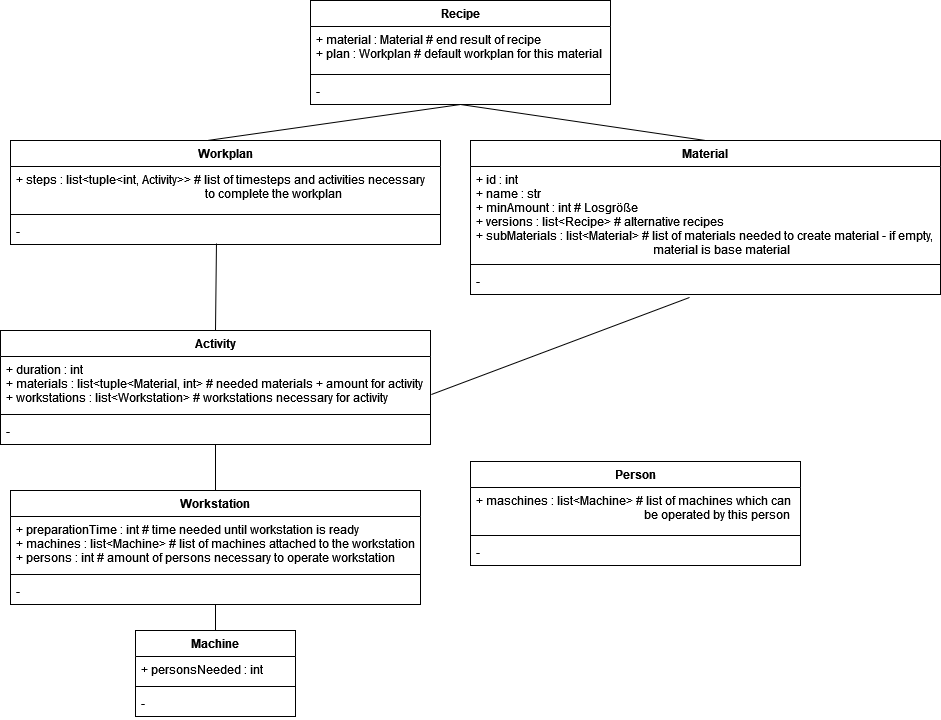
Before: UML.png, a diagram exported from draw.io (dhutter-fhv/proTask-modelling). Source tidied: cells renumbered, new cells last; positions are measured from the earlier drawing's top-left corner, leaving out a move shared by most shapes.
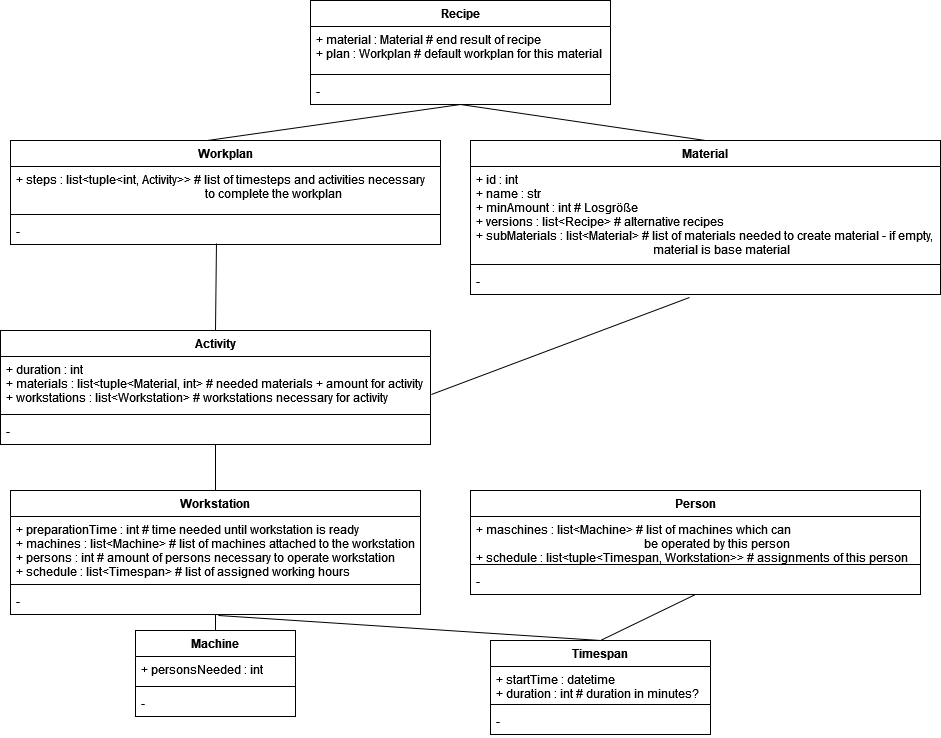
Above is the later version.

Commit message:
added timespan class and schedules

Change to the diagram source:
```diff
@@ -15,16 +15,16 @@
       <mxGeometry y="78" width="300" height="26" as="geometry" />
     </mxCell>
     <mxCell id="6" value="Workstation" style="swimlane;fontStyle=1;align=center;verticalAlign=top;horizontal=1;startSize=26;" parent="1" vertex="1">
-      <mxGeometry x="10" y="490" width="410" height="114" as="geometry" />
+      <mxGeometry x="10" y="490" width="410" height="124" as="geometry" />
     </mxCell>
-    <mxCell id="7" value="+ preparationTime : int # time needed until workstation is ready&#10;+ machines : list&lt;Machine&gt; # list of machines attached to the workstation&#10;+ persons : int # amount of persons necessary to operate workstation&#10;" style="text;strokeColor=none;fillColor=none;align=left;verticalAlign=top;spacingLeft=4;spacingRight=4;overflow=hidden;" parent="6" vertex="1">
-      <mxGeometry y="26" width="410" height="54" as="geometry" />
+    <mxCell id="7" value="+ preparationTime : int # time needed until workstation is ready&#10;+ machines : list&lt;Machine&gt; # list of machines attached to the workstation&#10;+ persons : int # amount of persons necessary to operate workstation&#10;+ schedule : list&lt;Timespan&gt; # list of assigned working hours&#10;" style="text;strokeColor=none;fillColor=none;align=left;verticalAlign=top;spacingLeft=4;spacingRight=4;overflow=hidden;" parent="6" vertex="1">
+      <mxGeometry y="26" width="410" height="64" as="geometry" />
     </mxCell>
     <mxCell id="8" style="line;strokeWidth=1;fillColor=none;align=left;verticalAlign=middle;spacingTop=-1;spacingLeft=3;spacingRight=3;labelPosition=right;" parent="6" vertex="1">
-      <mxGeometry y="80" width="410" height="8" as="geometry" />
+      <mxGeometry y="90" width="410" height="8" as="geometry" />
     </mxCell>
     <mxCell id="9" value="-" style="text;strokeColor=none;fillColor=none;align=left;verticalAlign=top;spacingLeft=4;spacingRight=4;overflow=hidden;points=[[0,0.5],[1,0.5]];portConstraint=eastwest;" parent="6" vertex="1">
-      <mxGeometry y="88" width="410" height="26" as="geometry" />
+      <mxGeometry y="98" width="410" height="26" as="geometry" />
     </mxCell>
     <mxCell id="10" value="Machine" style="swimlane;fontStyle=1;align=center;verticalAlign=top;horizontal=1;startSize=26;" parent="1" vertex="1">
       <mxGeometry x="135" y="630" width="160" height="86" as="geometry" />
@@ -93,16 +93,34 @@
       <mxGeometry relative="1" as="geometry" />
     </mxCell>
     <mxCell id="32" value="Person" style="swimlane;fontStyle=1;align=center;verticalAlign=top;horizontal=1;startSize=26;" parent="1" vertex="1">
-      <mxGeometry x="470" y="461" width="330" height="104" as="geometry" />
+      <mxGeometry x="470" y="490" width="450" height="104" as="geometry" />
     </mxCell>
-    <mxCell id="33" value="+ maschines : list&lt;Machine&gt; # list of machines which can &#10;                                                        be operated by this person" style="text;strokeColor=none;fillColor=none;align=left;verticalAlign=top;spacingLeft=4;spacingRight=4;overflow=hidden;" parent="32" vertex="1">
-      <mxGeometry y="26" width="330" height="44" as="geometry" />
+    <mxCell id="33" value="+ maschines : list&lt;Machine&gt; # list of machines which can &#10;                                                        be operated by this person&#10;+ schedule : list&lt;tuple&lt;Timespan, Workstation&gt;&gt; # assignments of this person&#10;" style="text;strokeColor=none;fillColor=none;align=left;verticalAlign=top;spacingLeft=4;spacingRight=4;overflow=hidden;" parent="32" vertex="1">
+      <mxGeometry y="26" width="450" height="44" as="geometry" />
     </mxCell>
     <mxCell id="34" style="line;strokeWidth=1;fillColor=none;align=left;verticalAlign=middle;spacingTop=-1;spacingLeft=3;spacingRight=3;labelPosition=right;" parent="32" vertex="1">
-      <mxGeometry y="70" width="330" height="8" as="geometry" />
+      <mxGeometry y="70" width="450" height="8" as="geometry" />
     </mxCell>
     <mxCell id="35" value="-" style="text;strokeColor=none;fillColor=none;align=left;verticalAlign=top;spacingLeft=4;spacingRight=4;overflow=hidden;" parent="32" vertex="1">
-      <mxGeometry y="78" width="330" height="26" as="geometry" />
+      <mxGeometry y="78" width="450" height="26" as="geometry" />
     </mxCell>
+    <mxCell id="36" value="Timespan" style="swimlane;fontStyle=1;align=center;verticalAlign=top;horizontal=1;startSize=26;" parent="1" vertex="1">
+      <mxGeometry x="490" y="640" width="220" height="94" as="geometry" />
+    </mxCell>
+    <mxCell id="37" value="+ startTime : datetime&#10;+ duration : int # duration in minutes?&#10;" style="text;strokeColor=none;fillColor=none;align=left;verticalAlign=top;spacingLeft=4;spacingRight=4;overflow=hidden;" parent="36" vertex="1">
+      <mxGeometry y="26" width="220" height="34" as="geometry" />
+    </mxCell>
+    <mxCell id="38" style="line;strokeWidth=1;fillColor=none;align=left;verticalAlign=middle;spacingTop=-1;spacingLeft=3;spacingRight=3;labelPosition=right;" parent="36" vertex="1">
+      <mxGeometry y="60" width="220" height="8" as="geometry" />
+    </mxCell>
+    <mxCell id="39" value="-" style="text;strokeColor=none;fillColor=none;align=left;verticalAlign=top;spacingLeft=4;spacingRight=4;overflow=hidden;" parent="36" vertex="1">
+      <mxGeometry y="68" width="220" height="26" as="geometry" />
+    </mxCell>
+    <mxCell id="40" style="endArrow=none;html=1;rounded=0;entryX=0.507;entryY=1.038;entryDx=0;entryDy=0;entryPerimeter=0;exitX=0.5;exitY=0;exitDx=0;exitDy=0;" parent="1" edge="1" source="36" target="9">
+      <mxGeometry relative="1" as="geometry" />
+    </mxCell>
+    <mxCell id="41" style="endArrow=none;html=1;rounded=0;entryX=0.5;entryY=1;entryDx=0;entryDy=0;exitX=0.5;exitY=0;exitDx=0;exitDy=0;" parent="1" edge="1" source="36" target="32">
+      <mxGeometry relative="1" as="geometry" />
+    </mxCell>
   </root>
 </mxGraphModel>
```
